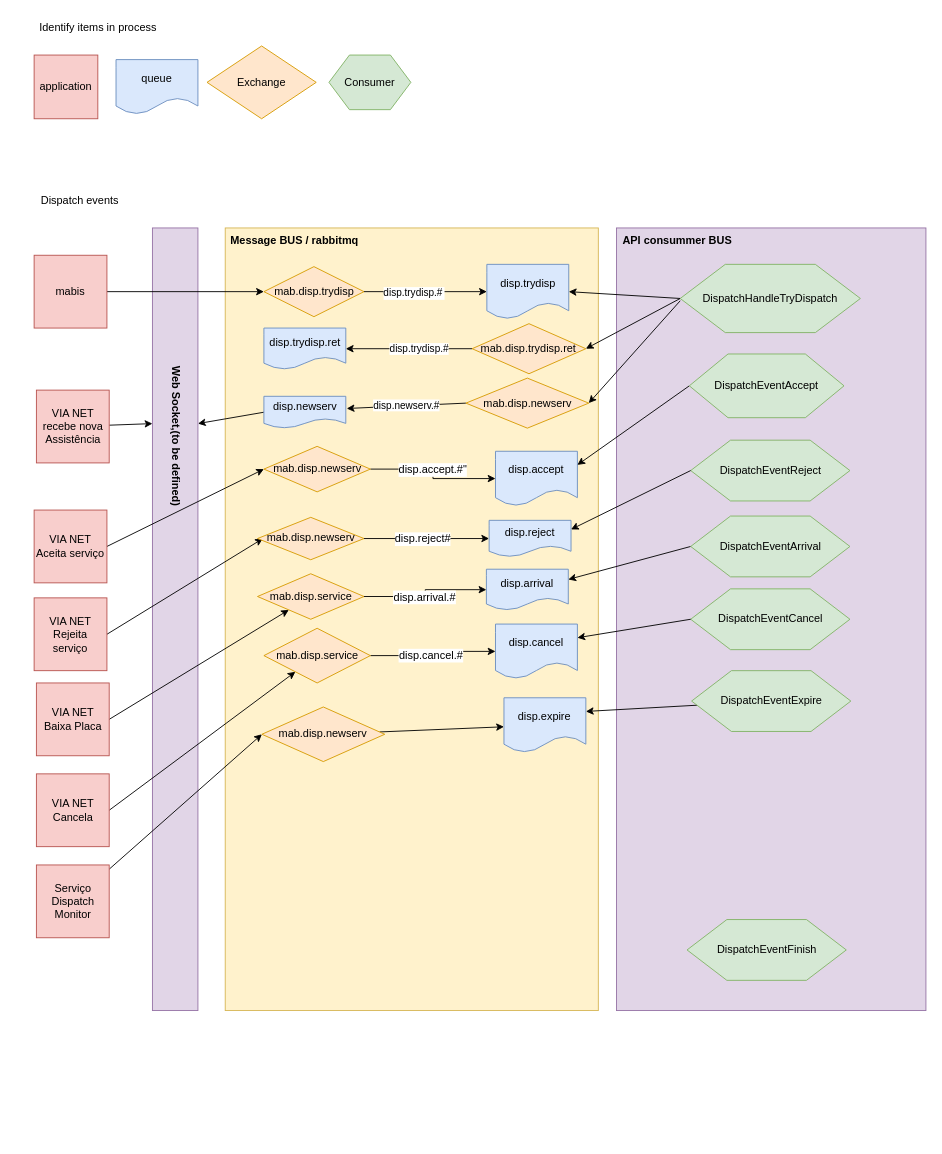
Earlier version of the draw.io diagram page "Fluxo por processo" (2 of 2) of dispatch/Processo Dispatch.drawio (rodrigoporcionato/estudos). Source tidied: cells renumbered, new cells numbered last; positions are measured from the earlier drawing's top-left corner, leaving out a move shared by most shapes. Both pictures are drawn from the tidied source at 91%, with x=0, y=0 at pixel (34, 18).
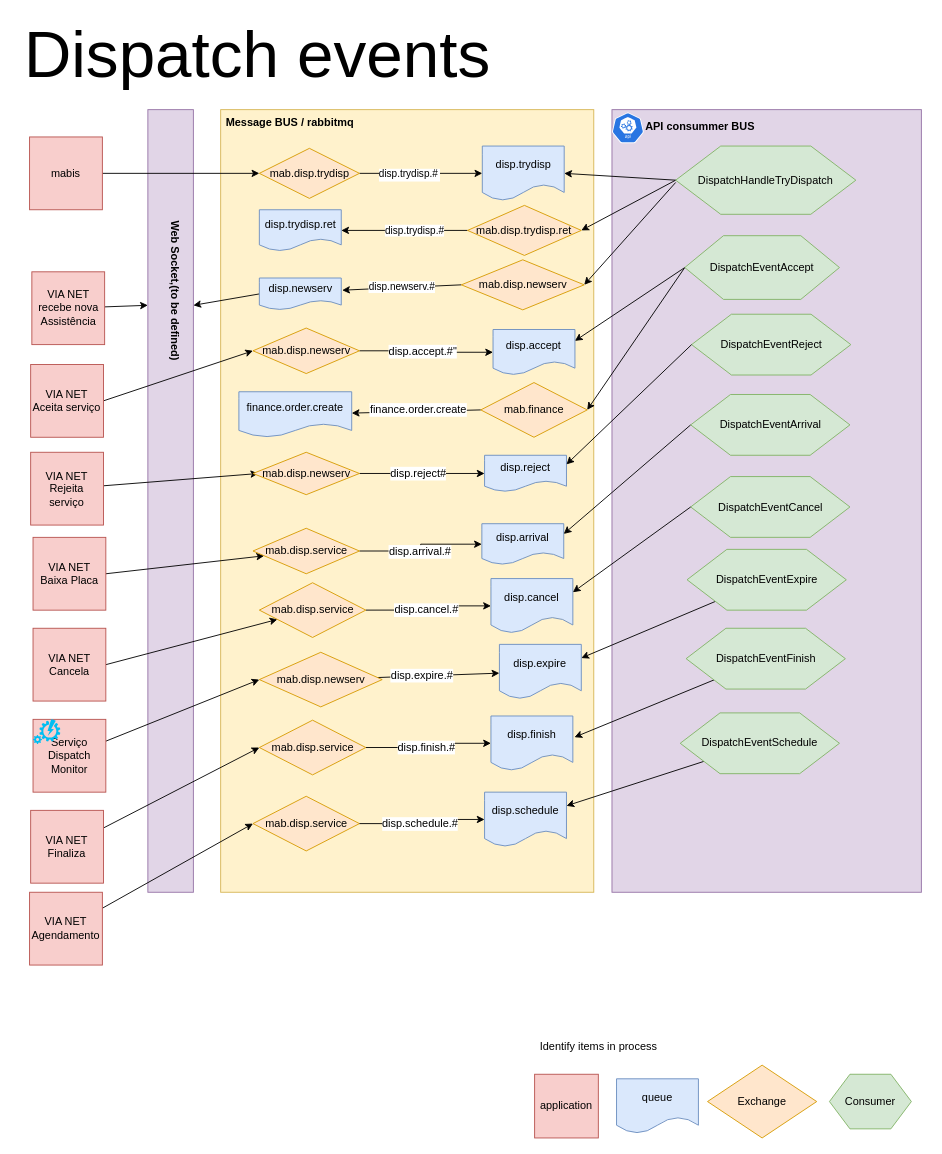
After the change.

The change refers to these unchanged cells:
```xml
<mxCell id="69" style="edgeStyle=none;rounded=0;jettySize=auto;html=1;" parent="1" edge="1" source="70" target="71">
  <mxGeometry relative="1" as="geometry" />
</mxCell>
```

Diff of the diagram source:
```diff
@@
     <mxCell id="2" style="rounded=0;whiteSpace=wrap;html=1;strokeColor=#9673a6;fillColor=#e1d5e7;" parent="1" vertex="1">
-      <mxGeometry x="130" y="230" width="50" height="860" as="geometry" />
+      <mxGeometry x="125" y="100" width="50" height="860" as="geometry" />
     </mxCell>
     <mxCell id="3" style="rounded=0;whiteSpace=wrap;html=1;fillColor=#e1d5e7;strokeColor=#9673a6;" parent="1" vertex="1">
-      <mxGeometry x="640" y="230" width="340" height="860" as="geometry" />
+      <mxGeometry x="635" y="100" width="340" height="860" as="geometry" />
     </mxCell>
     <mxCell id="4" style="rounded=0;whiteSpace=wrap;html=1;fillColor=#fff2cc;strokeColor=#d6b656;" parent="1" vertex="1">
-      <mxGeometry x="210" y="230" width="410" height="860" as="geometry" />
+      <mxGeometry x="205" y="100" width="410" height="860" as="geometry" />
     </mxCell>
     <mxCell id="5" value="queue" style="shape=document;whiteSpace=wrap;html=1;boundedLbl=1;fillColor=#dae8fc;strokeColor=#6c8ebf;" parent="1" vertex="1">
-      <mxGeometry x="90" y="45" width="90" height="60" as="geometry" />
+      <mxGeometry x="640" y="1165" width="90" height="60" as="geometry" />
     </mxCell>
     <mxCell id="6" value="Exchange" style="rhombus;whiteSpace=wrap;html=1;fillColor=#ffe6cc;strokeColor=#d79b00;" parent="1" vertex="1">
-      <mxGeometry x="190" y="30" width="120" height="80" as="geometry" />
+      <mxGeometry x="740" y="1150" width="120" height="80" as="geometry" />
     </mxCell>
     <mxCell id="7" value="application" style="whiteSpace=wrap;html=1;fillColor=#f8cecc;strokeColor=#b85450;" parent="1" vertex="1">
-      <mxGeometry y="40" width="70" height="70" as="geometry" />
+      <mxGeometry x="550" y="1160" width="70" height="70" as="geometry" />
     </mxCell>
-    <mxCell id="8" value="Dispatch events" style="text;html=1;align=center;verticalAlign=middle;" parent="1" vertex="1">
-      <mxGeometry y="190" width="100" height="20" as="geometry" />
+    <mxCell id="8" value="&lt;font style=&quot;font-size: 72px&quot;&gt;Dispatch events&lt;/font&gt;" style="text;html=1;align=center;verticalAlign=middle;" parent="1" vertex="1">
+      <mxGeometry x="-20" y="20" width="530" height="40" as="geometry" />
     </mxCell>
@@
     <mxCell id="10" value="mabis" style="whiteSpace=wrap;html=1;fillColor=#f8cecc;strokeColor=#b85450;" parent="1" vertex="1">
-      <mxGeometry y="260" width="80" height="80" as="geometry" />
+      <mxGeometry x="-5" y="130" width="80" height="80" as="geometry" />
     </mxCell>
@@
     <mxCell id="13" value="mab.disp.trydisp" style="rhombus;whiteSpace=wrap;html=1;fillColor=#ffe6cc;strokeColor=#d79b00;" parent="1" vertex="1">
-      <mxGeometry x="252.5" y="272.5" width="110" height="55" as="geometry" />
+      <mxGeometry x="247.5" y="142.5" width="110" height="55" as="geometry" />
     </mxCell>
     <mxCell id="14" value="Consumer" style="shape=hexagon;perimeter=hexagonPerimeter2;whiteSpace=wrap;html=1;fillColor=#d5e8d4;strokeColor=#82b366;" parent="1" vertex="1">
-      <mxGeometry x="324" y="40" width="90" height="60" as="geometry" />
+      <mxGeometry x="874" y="1160" width="90" height="60" as="geometry" />
     </mxCell>
     <mxCell id="15" value="Identify items in process" style="text;html=1;align=center;verticalAlign=middle;" parent="1" vertex="1">
-      <mxGeometry width="140" height="20" as="geometry" />
+      <mxGeometry x="550" y="1120" width="140" height="20" as="geometry" />
     </mxCell>
     <mxCell id="16" value="disp.trydisp" style="shape=document;whiteSpace=wrap;html=1;boundedLbl=1;strokeColor=#6c8ebf;fillColor=#dae8fc;" parent="1" vertex="1">
-      <mxGeometry x="497.5" y="270" width="90" height="60" as="geometry" />
+      <mxGeometry x="492.5" y="140" width="90" height="60" as="geometry" />
     </mxCell>
@@
     <mxCell id="19" style="edgeStyle=none;rounded=0;jettySize=auto;html=1;entryX=1;entryY=0.5;entryDx=0;entryDy=0;" parent="1" edge="1" target="30">
       <mxGeometry relative="1" as="geometry">
-        <mxPoint x="710" y="310" as="sourcePoint" />
+        <mxPoint x="705" y="180" as="sourcePoint" />
       </mxGeometry>
     </mxCell>
     <mxCell id="20" value="DispatchHandleTryDispatch" style="shape=hexagon;perimeter=hexagonPerimeter2;whiteSpace=wrap;html=1;fillColor=#d5e8d4;strokeColor=#82b366;" parent="1" vertex="1">
-      <mxGeometry x="710" y="270" width="198" height="75" as="geometry" />
+      <mxGeometry x="705" y="140" width="198" height="75" as="geometry" />
     </mxCell>
     <mxCell id="21" value="API consummer BUS" style="text;html=1;fontStyle=1;" parent="1" vertex="1">
-      <mxGeometry x="645" y="230" width="110" height="30" as="geometry" />
+      <mxGeometry x="670" y="105" width="110" height="30" as="geometry" />
     </mxCell>
@@
     <mxCell id="24" value="mab.disp.trydisp.ret" style="rhombus;whiteSpace=wrap;html=1;fillColor=#ffe6cc;strokeColor=#d79b00;" parent="1" vertex="1">
-      <mxGeometry x="481.3" y="335.2" width="125" height="55" as="geometry" />
+      <mxGeometry x="476.3" y="205.2" width="125" height="55" as="geometry" />
     </mxCell>
     <mxCell id="25" value="disp.trydisp.ret" style="shape=document;whiteSpace=wrap;html=1;boundedLbl=1;strokeColor=#6c8ebf;fillColor=#dae8fc;" parent="1" vertex="1">
-      <mxGeometry x="252.5" y="340" width="90" height="45.4" as="geometry" />
+      <mxGeometry x="247.5" y="210" width="90" height="45.4" as="geometry" />
     </mxCell>
     <mxCell id="26" value="Message BUS / rabbitmq" style="text;html=1;fontStyle=1;" parent="1" vertex="1">
-      <mxGeometry x="214" y="230" width="110" height="30" as="geometry" />
+      <mxGeometry x="209" y="100" width="110" height="30" as="geometry" />
     </mxCell>
@@
     <mxCell id="28" value="VIA NET&lt;br&gt;recebe nova Assistência" style="whiteSpace=wrap;html=1;fillColor=#f8cecc;strokeColor=#b85450;" parent="1" vertex="1">
-      <mxGeometry x="2.5" y="408.2" width="80" height="80" as="geometry" />
+      <mxGeometry x="-2.5" y="278.2" width="80" height="80" as="geometry" />
     </mxCell>
@@
     <mxCell id="30" value="mab.disp.newserv" style="rhombus;whiteSpace=wrap;html=1;fillColor=#ffe6cc;strokeColor=#d79b00;" parent="1" vertex="1">
-      <mxGeometry x="474.5" y="395" width="135" height="55" as="geometry" />
+      <mxGeometry x="469.5" y="265" width="135" height="55" as="geometry" />
     </mxCell>
@@
     <mxCell id="32" value="disp.newserv" style="shape=document;whiteSpace=wrap;html=1;boundedLbl=1;fillColor=#dae8fc;strokeColor=#6c8ebf;" parent="1" vertex="1">
-      <mxGeometry x="252.5" y="415" width="90" height="35" as="geometry" />
+      <mxGeometry x="247.5" y="285" width="90" height="35" as="geometry" />
     </mxCell>
     <mxCell id="33" value="Web Socket,(to be defined)" style="text;html=1;fontStyle=1;rotation=90;" parent="1" vertex="1">
-      <mxGeometry x="100" y="420" width="110" height="30" as="geometry" />
+      <mxGeometry x="99" y="260.2" width="110" height="30" as="geometry" />
     </mxCell>
@@
     <mxCell id="35" value="VIA NET&lt;br&gt;Aceita serviço" style="whiteSpace=wrap;html=1;fillColor=#f8cecc;strokeColor=#b85450;" parent="1" vertex="1">
-      <mxGeometry y="540" width="80" height="80" as="geometry" />
+      <mxGeometry x="-3.8" y="380" width="80" height="80" as="geometry" />
     </mxCell>
     <mxCell id="36" style="edgeStyle=orthogonalEdgeStyle;rounded=0;jettySize=auto;html=1;exitX=1;exitY=0.5;exitDx=0;exitDy=0;entryX=0;entryY=0.5;entryDx=0;entryDy=0;" parent="1" edge="1" source="38" target="39">
-      <mxGeometry relative="1" as="geometry" />
+      <mxGeometry relative="1" as="geometry">
+        <Array as="points">
+          <mxPoint x="426" y="365" />
+          <mxPoint x="426" y="366" />
+        </Array>
+      </mxGeometry>
     </mxCell>
@@
     <mxCell id="38" value="mab.disp.newserv" style="rhombus;whiteSpace=wrap;html=1;fillColor=#ffe6cc;strokeColor=#d79b00;" parent="1" vertex="1">
-      <mxGeometry x="252.5" y="470" width="117" height="50" as="geometry" />
+      <mxGeometry x="240.5" y="340" width="117" height="50" as="geometry" />
     </mxCell>
     <mxCell id="39" value="disp.accept" style="shape=document;whiteSpace=wrap;html=1;boundedLbl=1;fillColor=#dae8fc;strokeColor=#6c8ebf;" parent="1" vertex="1">
-      <mxGeometry x="507" y="475.4" width="90" height="60" as="geometry" />
+      <mxGeometry x="504.3" y="341.6" width="90" height="50" as="geometry" />
     </mxCell>
@@
+    <mxCell id="74" style="edgeStyle=none;rounded=0;jettySize=auto;html=1;entryX=1;entryY=0.5;entryDx=0;entryDy=0;exitX=0;exitY=0.5;exitDx=0;exitDy=0;" parent="1" edge="1" source="41" target="87">
+      <mxGeometry relative="1" as="geometry" />
+    </mxCell>
     <mxCell id="41" value="DispatchEventAccept" style="shape=hexagon;perimeter=hexagonPerimeter2;whiteSpace=wrap;html=1;fillColor=#d5e8d4;strokeColor=#82b366;" parent="1" vertex="1">
-      <mxGeometry x="720" y="368.5" width="170" height="70" as="geometry" />
+      <mxGeometry x="715" y="238.5" width="170" height="70" as="geometry" />
     </mxCell>
     <mxCell id="42" value="DispatchEventCancel" style="shape=hexagon;perimeter=hexagonPerimeter2;whiteSpace=wrap;html=1;fillColor=#d5e8d4;strokeColor=#82b366;" parent="1" vertex="1">
-      <mxGeometry x="721.5" y="626.6" width="175" height="66.8" as="geometry" />
+      <mxGeometry x="721.5" y="503.2" width="175" height="66.8" as="geometry" />
     </mxCell>
@@
     <mxCell id="44" value="DispatchEventExpire" style="shape=hexagon;perimeter=hexagonPerimeter2;whiteSpace=wrap;html=1;fillColor=#d5e8d4;strokeColor=#82b366;" parent="1" vertex="1">
-      <mxGeometry x="722.5" y="716.5" width="175" height="66.8" as="geometry" />
+      <mxGeometry x="717.5" y="583.2" width="175" height="66.8" as="geometry" />
     </mxCell>
+    <mxCell id="75" style="edgeStyle=none;rounded=0;jettySize=auto;html=1;entryX=1.02;entryY=0.389;entryDx=0;entryDy=0;entryPerimeter=0;" parent="1" edge="1" source="45" target="80">
+      <mxGeometry relative="1" as="geometry" />
+    </mxCell>
     <mxCell id="45" value="DispatchEventFinish" style="shape=hexagon;perimeter=hexagonPerimeter2;whiteSpace=wrap;html=1;fillColor=#d5e8d4;strokeColor=#82b366;" parent="1" vertex="1">
-      <mxGeometry x="717.5" y="990" width="175" height="66.8" as="geometry" />
+      <mxGeometry x="716.5" y="669.9" width="175" height="66.8" as="geometry" />
     </mxCell>
     <mxCell id="46" value="DispatchEventReject" style="shape=hexagon;perimeter=hexagonPerimeter2;whiteSpace=wrap;html=1;fillColor=#d5e8d4;strokeColor=#82b366;" parent="1" vertex="1">
-      <mxGeometry x="721.5" y="463.2" width="175" height="66.8" as="geometry" />
+      <mxGeometry x="722.5" y="324.8" width="175" height="66.8" as="geometry" />
     </mxCell>
-    <mxCell id="47" style="rounded=0;jettySize=auto;html=1;exitX=1;exitY=0.5;exitDx=0;exitDy=0;entryX=0.05;entryY=0.501;entryDx=0;entryDy=0;entryPerimeter=0;" parent="1" edge="1" source="48" target="51">
+    <mxCell id="47" style="rounded=0;jettySize=auto;html=1;entryX=0.05;entryY=0.501;entryDx=0;entryDy=0;entryPerimeter=0;" parent="1" edge="1" source="48" target="51">
       <mxGeometry relative="1" as="geometry" />
     </mxCell>
     <mxCell id="48" value="VIA NET&lt;br&gt;Rejeita serviço" style="whiteSpace=wrap;html=1;fillColor=#f8cecc;strokeColor=#b85450;" parent="1" vertex="1">
-      <mxGeometry y="636.5" width="80" height="80" as="geometry" />
+      <mxGeometry x="-3.8" y="476.5" width="80" height="80" as="geometry" />
     </mxCell>
@@
     <mxCell id="51" value="mab.disp.newserv" style="rhombus;whiteSpace=wrap;html=1;fillColor=#ffe6cc;strokeColor=#d79b00;" parent="1" vertex="1">
-      <mxGeometry x="245.5" y="548" width="117" height="46.6" as="geometry" />
+      <mxGeometry x="240.5" y="476.5" width="117" height="46.6" as="geometry" />
     </mxCell>
     <mxCell id="52" value="disp.reject" style="shape=document;whiteSpace=wrap;html=1;boundedLbl=1;fillColor=#dae8fc;strokeColor=#6c8ebf;" parent="1" vertex="1">
-      <mxGeometry x="500" y="551.3" width="90" height="40" as="geometry" />
+      <mxGeometry x="495" y="479.8" width="90" height="40" as="geometry" />
     </mxCell>
@@
     <mxCell id="55" value="VIA NET&lt;br&gt;Baixa Placa" style="whiteSpace=wrap;html=1;fillColor=#f8cecc;strokeColor=#b85450;" parent="1" vertex="1">
-      <mxGeometry x="2.5" y="730" width="80" height="80" as="geometry" />
+      <mxGeometry x="-1.2" y="570" width="80" height="80" as="geometry" />
     </mxCell>
@@
     <mxCell id="58" value="mab.disp.service" style="rhombus;whiteSpace=wrap;html=1;fillColor=#ffe6cc;strokeColor=#d79b00;" parent="1" vertex="1">
-      <mxGeometry x="245.5" y="610" width="117" height="50" as="geometry" />
+      <mxGeometry x="240.5" y="560" width="117" height="50" as="geometry" />
     </mxCell>
     <mxCell id="59" value="disp.arrival" style="shape=document;whiteSpace=wrap;html=1;boundedLbl=1;fillColor=#dae8fc;strokeColor=#6c8ebf;" parent="1" vertex="1">
-      <mxGeometry x="497" y="605" width="90" height="45" as="geometry" />
+      <mxGeometry x="492" y="555" width="90" height="45" as="geometry" />
     </mxCell>
@@
     <mxCell id="62" value="VIA NET&lt;br&gt;Cancela" style="whiteSpace=wrap;html=1;fillColor=#f8cecc;strokeColor=#b85450;" parent="1" vertex="1">
-      <mxGeometry x="2.5" y="829.9" width="80" height="80" as="geometry" />
+      <mxGeometry x="-1.2" y="669.9" width="80" height="80" as="geometry" />
     </mxCell>
@@
     <mxCell id="65" value="mab.disp.service" style="rhombus;whiteSpace=wrap;html=1;fillColor=#ffe6cc;strokeColor=#d79b00;" parent="1" vertex="1">
-      <mxGeometry x="252.5" y="669.9" width="117" height="60.1" as="geometry" />
+      <mxGeometry x="247.5" y="619.9" width="117" height="60.1" as="geometry" />
     </mxCell>
     <mxCell id="66" value="disp.cancel" style="shape=document;whiteSpace=wrap;html=1;boundedLbl=1;fillColor=#dae8fc;strokeColor=#6c8ebf;" parent="1" vertex="1">
-      <mxGeometry x="507" y="665.3" width="90" height="60" as="geometry" />
+      <mxGeometry x="502" y="615.3" width="90" height="60" as="geometry" />
     </mxCell>
@@
     <mxCell id="68" value="DispatchEventArrival" style="shape=hexagon;perimeter=hexagonPerimeter2;whiteSpace=wrap;html=1;fillColor=#d5e8d4;strokeColor=#82b366;" parent="1" vertex="1">
-      <mxGeometry x="721.5" y="546.6" width="175" height="66.8" as="geometry" />
+      <mxGeometry x="721.5" y="413" width="175" height="66.8" as="geometry" />
     </mxCell>
@@
+    <mxCell id="76" value="disp.expire.#" style="text;html=1;align=center;verticalAlign=middle;labelBackgroundColor=#ffffff;" parent="69" vertex="1">
+      <mxGeometry x="-0.28" y="1" relative="1" as="geometry" />
+    </mxCell>
     <mxCell id="70" value="mab.disp.newserv" style="rhombus;whiteSpace=wrap;html=1;fillColor=#ffe6cc;strokeColor=#d79b00;" parent="1" vertex="1">
-      <mxGeometry x="250.3" y="756.4" width="135" height="60" as="geometry" />
+      <mxGeometry x="247.5" y="696.3" width="135" height="60" as="geometry" />
     </mxCell>
     <mxCell id="71" value="disp.expire" style="shape=document;whiteSpace=wrap;html=1;boundedLbl=1;fillColor=#dae8fc;strokeColor=#6c8ebf;" parent="1" vertex="1">
-      <mxGeometry x="516.3" y="746.3" width="90" height="60" as="geometry" />
+      <mxGeometry x="511.3" y="687.6" width="90" height="60" as="geometry" />
     </mxCell>
@@
     <mxCell id="73" value="Serviço Dispatch Monitor" style="whiteSpace=wrap;html=1;fillColor=#f8cecc;strokeColor=#b85450;" parent="1" vertex="1">
-      <mxGeometry x="2.5" y="930" width="80" height="80" as="geometry" />
+      <mxGeometry x="-1.2" y="770" width="80" height="80" as="geometry" />
     </mxCell>
+    <mxCell id="77" style="verticalLabelPosition=bottom;html=1;verticalAlign=top;align=center;strokeColor=none;fillColor=#00BEF2;shape=mxgraph.azure.automation;" parent="1" vertex="1">
+      <mxGeometry x="-1.2" y="770" width="30" height="27" as="geometry" />
+    </mxCell>
+    <mxCell id="78" style="edgeStyle=orthogonalEdgeStyle;rounded=0;jettySize=auto;html=1;exitX=1;exitY=0.5;exitDx=0;exitDy=0;entryX=0;entryY=0.5;entryDx=0;entryDy=0;" parent="1" edge="1" source="81" target="80">
+      <mxGeometry relative="1" as="geometry" />
+    </mxCell>
+    <mxCell id="79" value="disp.finish.#" style="text;html=1;align=center;verticalAlign=middle;labelBackgroundColor=#ffffff;" parent="78" vertex="1">
+      <mxGeometry x="-0.21" relative="1" as="geometry">
+        <mxPoint x="10" as="offset" />
+      </mxGeometry>
+    </mxCell>
+    <mxCell id="80" value="disp.finish" style="shape=document;whiteSpace=wrap;html=1;boundedLbl=1;fillColor=#dae8fc;strokeColor=#6c8ebf;" parent="1" vertex="1">
+      <mxGeometry x="502" y="766.3" width="90" height="60" as="geometry" />
+    </mxCell>
+    <mxCell id="81" value="mab.disp.service" style="rhombus;whiteSpace=wrap;html=1;fillColor=#ffe6cc;strokeColor=#d79b00;" parent="1" vertex="1">
+      <mxGeometry x="247.5" y="770.9" width="117" height="60.1" as="geometry" />
+    </mxCell>
+    <mxCell id="82" style="edgeStyle=none;rounded=0;jettySize=auto;html=1;entryX=0;entryY=0.5;entryDx=0;entryDy=0;" parent="1" edge="1" source="83" target="81">
+      <mxGeometry relative="1" as="geometry" />
+    </mxCell>
+    <mxCell id="83" value="VIA NET&lt;br&gt;Finaliza" style="whiteSpace=wrap;html=1;fillColor=#f8cecc;strokeColor=#b85450;" parent="1" vertex="1">
+      <mxGeometry x="-3.8" y="870" width="80" height="80" as="geometry" />
+    </mxCell>
+    <mxCell id="84" style="html=1;dashed=0;whitespace=wrap;fillColor=#2875E2;strokeColor=#ffffff;shape=mxgraph.kubernetes.icon;prIcon=api;" parent="1" vertex="1">
+      <mxGeometry x="635" y="100" width="35" height="40" as="geometry" />
+    </mxCell>
+    <mxCell id="85" style="edgeStyle=none;rounded=0;jettySize=auto;html=1;exitX=0;exitY=0.5;exitDx=0;exitDy=0;" parent="1" edge="1" source="87" target="88">
+      <mxGeometry relative="1" as="geometry" />
+    </mxCell>
+    <mxCell id="86" value="finance.order.create" style="text;html=1;align=center;verticalAlign=middle;labelBackgroundColor=#ffffff;" parent="85" vertex="1">
+      <mxGeometry x="0.15" y="-1" relative="1" as="geometry">
+        <mxPoint x="12.5" y="-1" as="offset" />
+      </mxGeometry>
+    </mxCell>
+    <mxCell id="87" value="mab.finance" style="rhombus;whiteSpace=wrap;html=1;fillColor=#ffe6cc;strokeColor=#d79b00;" parent="1" vertex="1">
+      <mxGeometry x="490.8" y="399.9" width="117" height="60.1" as="geometry" />
+    </mxCell>
+    <mxCell id="88" value="finance.order.create" style="shape=document;whiteSpace=wrap;html=1;boundedLbl=1;fillColor=#dae8fc;strokeColor=#6c8ebf;" parent="1" vertex="1">
+      <mxGeometry x="225" y="410" width="124" height="50" as="geometry" />
+    </mxCell>
+    <mxCell id="89" style="edgeStyle=none;rounded=0;jettySize=auto;html=1;entryX=0;entryY=0.5;entryDx=0;entryDy=0;" parent="1" edge="1" source="90" target="91">
+      <mxGeometry relative="1" as="geometry" />
+    </mxCell>
+    <mxCell id="90" value="VIA NET&lt;br&gt;Agendamento" style="whiteSpace=wrap;html=1;fillColor=#f8cecc;strokeColor=#b85450;" parent="1" vertex="1">
+      <mxGeometry x="-5" y="960" width="80" height="80" as="geometry" />
+    </mxCell>
+    <mxCell id="91" value="mab.disp.service" style="rhombus;whiteSpace=wrap;html=1;fillColor=#ffe6cc;strokeColor=#d79b00;" parent="1" vertex="1">
+      <mxGeometry x="240.5" y="854.5" width="117" height="60.1" as="geometry" />
+    </mxCell>
+    <mxCell id="92" style="edgeStyle=orthogonalEdgeStyle;rounded=0;jettySize=auto;html=1;exitX=1;exitY=0.5;exitDx=0;exitDy=0;entryX=0;entryY=0.5;entryDx=0;entryDy=0;" parent="1" edge="1" source="91" target="94">
+      <mxGeometry relative="1" as="geometry" />
+    </mxCell>
+    <mxCell id="93" value="disp.schedule.#" style="text;html=1;align=center;verticalAlign=middle;labelBackgroundColor=#ffffff;" parent="92" vertex="1">
+      <mxGeometry x="-0.21" relative="1" as="geometry">
+        <mxPoint x="10" as="offset" />
+      </mxGeometry>
+    </mxCell>
+    <mxCell id="94" value="disp.schedule" style="shape=document;whiteSpace=wrap;html=1;boundedLbl=1;fillColor=#dae8fc;strokeColor=#6c8ebf;" parent="1" vertex="1">
+      <mxGeometry x="495" y="850" width="90" height="60" as="geometry" />
+    </mxCell>
+    <mxCell id="95" style="edgeStyle=none;rounded=0;jettySize=auto;html=1;entryX=1;entryY=0.25;entryDx=0;entryDy=0;" parent="1" edge="1" source="96" target="94">
+      <mxGeometry relative="1" as="geometry" />
+    </mxCell>
+    <mxCell id="96" value="DispatchEventSchedule" style="shape=hexagon;perimeter=hexagonPerimeter2;whiteSpace=wrap;html=1;fillColor=#d5e8d4;strokeColor=#82b366;" parent="1" vertex="1">
+      <mxGeometry x="710" y="762.9" width="175" height="66.8" as="geometry" />
+    </mxCell>
```
